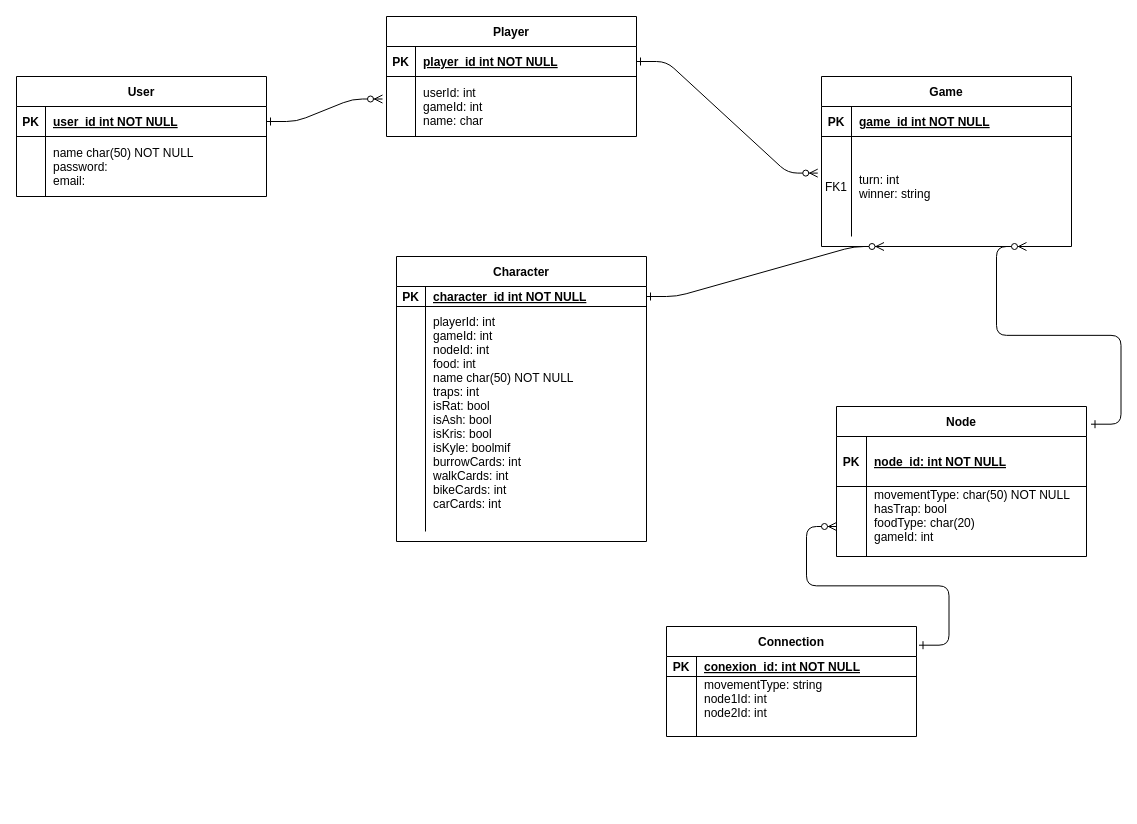
Before: Untitled Diagram.drawio in sebaterrazas/ERdiagram, a draw.io diagram. Source tidied: cells renumbered, new cells numbered last; positions are measured from the earlier drawing's top-left corner, leaving out a move shared by most shapes. Both pictures are drawn from the tidied source at 100%, with x=0, y=0 at pixel (16, 16).
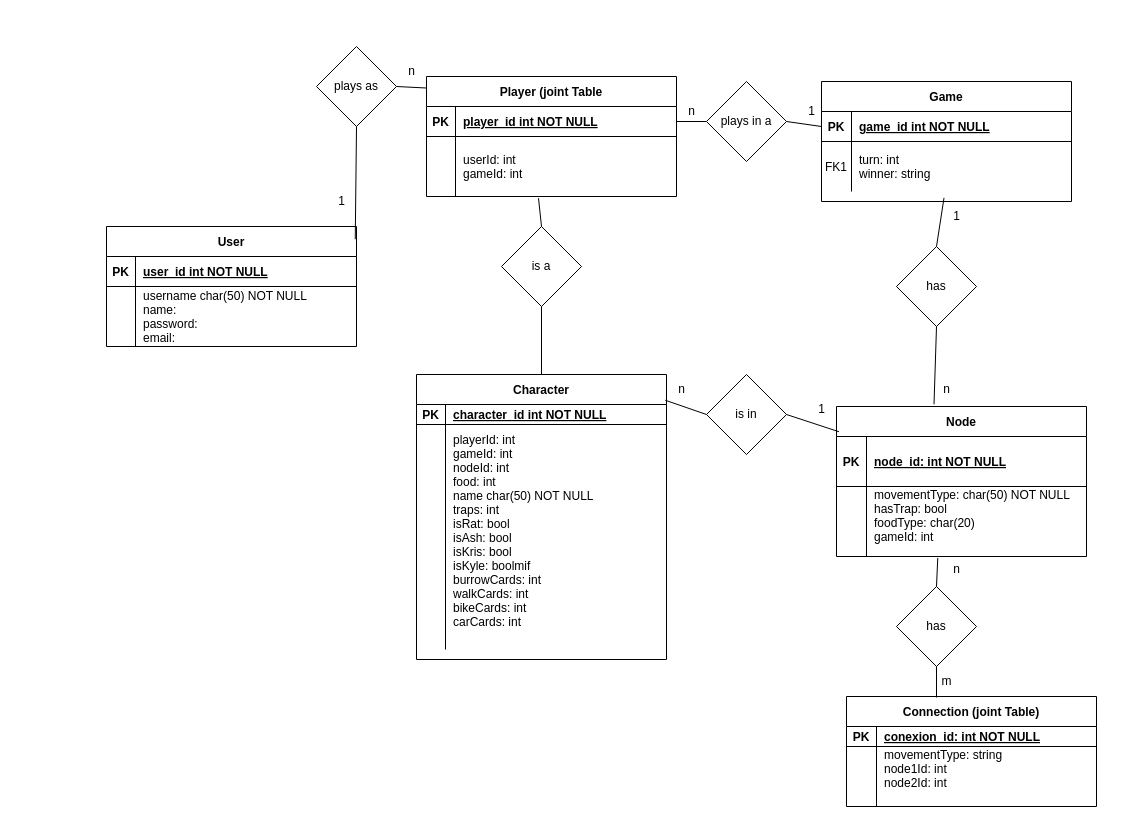
The same diagram, later.

Unchanged cells that the change refers to:
```xml
<mxCell id="3" style="shape=partialRectangle;fillColor=none;points=[[0,0.5],[1,0.5]];portConstraint=eastwest;top=0;left=0;right=0;bottom=1;" parent="2" vertex="1">
  <mxGeometry y="30" width="250" height="30" as="geometry" />
</mxCell>
<mxCell id="10" style="shape=partialRectangle;fillColor=none;points=[[0,0.5],[1,0.5]];portConstraint=eastwest;top=0;left=0;right=0;bottom=1;" parent="9" vertex="1">
  <mxGeometry y="30" width="250" height="20" as="geometry" />
</mxCell>
<mxCell id="18" value="Node" style="shape=table;startSize=30;childLayout=tableLayout;rowLines=0;fontStyle=1;align=center;" parent="1" vertex="1">
  <mxGeometry x="820" y="390" width="250" height="150" as="geometry" />
</mxCell>
<mxCell id="19" style="shape=partialRectangle;fillColor=none;points=[[0,0.5],[1,0.5]];portConstraint=eastwest;top=0;left=0;right=0;bottom=1;" parent="18" vertex="1">
  <mxGeometry y="30" width="250" height="50" as="geometry" />
</mxCell>
<mxCell id="22" style="shape=partialRectangle;fillColor=none;points=[[0,0.5],[1,0.5]];portConstraint=eastwest;top=0;left=0;right=0;bottom=0;" parent="18" vertex="1">
  <mxGeometry y="80" width="250" height="70" as="geometry" />
</mxCell>
<mxCell id="26" style="shape=partialRectangle;fillColor=none;points=[[0,0.5],[1,0.5]];portConstraint=eastwest;top=0;left=0;right=0;bottom=1;" parent="25" vertex="1">
  <mxGeometry y="30" width="250" height="30" as="geometry" />
</mxCell>
<mxCell id="29" style="shape=partialRectangle;fillColor=none;top=0;left=0;right=0;bottom=0;" parent="25" vertex="1">
  <mxGeometry y="60" width="250" height="60" as="geometry" />
</mxCell>
<mxCell id="35" style="shape=partialRectangle;fillColor=none;points=[[0,0.5],[1,0.5]];portConstraint=eastwest;top=0;left=0;right=0;bottom=1;" parent="34" vertex="1">
  <mxGeometry y="30" width="250" height="30" as="geometry" />
</mxCell>
<mxCell id="38" style="shape=partialRectangle;fillColor=none;points=[[0,0.5],[1,0.5]];portConstraint=eastwest;top=0;left=0;right=0;bottom=0;" parent="34" vertex="1">
  <mxGeometry y="60" width="250" height="60" as="geometry" />
</mxCell>
```

Diff of the diagram source:
```diff
@@
     <mxCell id="2" value="Game" style="shape=table;startSize=30;childLayout=tableLayout;rowLines=0;fontStyle=1;align=center;" parent="1" vertex="1">
-      <mxGeometry x="805" y="60" width="250" height="170" as="geometry" />
+      <mxGeometry x="805" y="65" width="250" height="120" as="geometry" />
     </mxCell>
@@
     <mxCell id="6" style="shape=partialRectangle;fillColor=none;points=[[0,0.5],[1,0.5]];portConstraint=eastwest;top=0;left=0;right=0;bottom=0;" parent="2" vertex="1">
-      <mxGeometry y="60" width="250" height="100" as="geometry" />
+      <mxGeometry y="60" width="250" height="50" as="geometry" />
     </mxCell>
     <mxCell id="7" value="FK1" style="shape=partialRectangle;overflow=hidden;fillColor=none;top=0;left=0;bottom=0;right=0;" parent="6" vertex="1">
-      <mxGeometry width="30" height="100" as="geometry" />
+      <mxGeometry width="30" height="50" as="geometry" />
     </mxCell>
     <mxCell id="8" value="turn: int&#10;winner: string" style="shape=partialRectangle;overflow=hidden;fillColor=none;top=0;left=0;bottom=0;right=0;align=left;spacingLeft=6;" parent="6" vertex="1">
-      <mxGeometry x="30" width="220" height="100" as="geometry" />
+      <mxGeometry x="30" width="220" height="50" as="geometry" />
     </mxCell>
     <mxCell id="9" value="Character" style="shape=table;startSize=30;childLayout=tableLayout;rowLines=0;fontStyle=1;align=center;" parent="1" vertex="1">
-      <mxGeometry x="380" y="240" width="250" height="285" as="geometry" />
+      <mxGeometry x="400" y="358" width="250" height="285" as="geometry" />
     </mxCell>
@@
-    <mxCell id="16" style="edgeStyle=entityRelationEdgeStyle;endArrow=ERzeroToMany;startArrow=ERone;endFill=1;startFill=0;exitX=1;exitY=0.5;exitDx=0;exitDy=0;entryX=0.25;entryY=1;entryDx=0;entryDy=0;" parent="1" edge="1" source="10" target="2">
-      <mxGeometry relative="1" as="geometry" />
-    </mxCell>
-    <mxCell id="17" style="edgeStyle=entityRelationEdgeStyle;endArrow=ERzeroToMany;startArrow=ERone;endFill=1;startFill=0;exitX=1.018;exitY=0.118;exitDx=0;exitDy=0;exitPerimeter=0;" parent="1" edge="1" source="18">
-      <mxGeometry relative="1" as="geometry">
-        <mxPoint x="1010" y="230" as="targetPoint" />
-      </mxGeometry>
-    </mxCell>
@@
     <mxCell id="25" value="User" style="shape=table;startSize=30;childLayout=tableLayout;rowLines=0;fontStyle=1;align=center;" parent="1" vertex="1">
-      <mxGeometry y="60" width="250" height="120" as="geometry" />
+      <mxGeometry x="90" y="210" width="250" height="120" as="geometry" />
     </mxCell>
@@
-    <mxCell id="31" value="name char(50) NOT NULL&#10;password: &#10;email:" style="shape=partialRectangle;overflow=hidden;fillColor=none;top=0;left=0;bottom=0;right=0;align=left;spacingLeft=6;" parent="29" vertex="1">
+    <mxCell id="31" value="username char(50) NOT NULL&#10;name:&#10;password: &#10;email:" style="shape=partialRectangle;overflow=hidden;fillColor=none;top=0;left=0;bottom=0;right=0;align=left;spacingLeft=6;" parent="29" vertex="1">
       <mxGeometry x="29" width="221" height="60" as="geometry" />
     </mxCell>
-    <mxCell id="32" style="edgeStyle=entityRelationEdgeStyle;endArrow=ERzeroToMany;startArrow=ERone;endFill=1;startFill=0;exitX=1;exitY=0.5;exitDx=0;exitDy=0;entryX=-0.016;entryY=0.375;entryDx=0;entryDy=0;entryPerimeter=0;" parent="1" edge="1" source="26" target="38">
-      <mxGeometry relative="1" as="geometry" />
-    </mxCell>
-    <mxCell id="33" style="edgeStyle=entityRelationEdgeStyle;endArrow=ERzeroToMany;startArrow=ERone;endFill=1;startFill=0;exitX=1;exitY=0.5;exitDx=0;exitDy=0;entryX=-0.015;entryY=0.366;entryDx=0;entryDy=0;entryPerimeter=0;" parent="1" edge="1" source="35" target="6">
-      <mxGeometry relative="1" as="geometry" />
-    </mxCell>
-    <mxCell id="34" value="Player" style="shape=table;startSize=30;childLayout=tableLayout;rowLines=0;fontStyle=1;align=center;" parent="1" vertex="1">
-      <mxGeometry x="370" width="250" height="120" as="geometry" />
+    <mxCell id="34" value="Player (joint Table" style="shape=table;startSize=30;childLayout=tableLayout;rowLines=0;fontStyle=1;align=center;" parent="1" vertex="1">
+      <mxGeometry x="410" y="60" width="250" height="120" as="geometry" />
     </mxCell>
@@
-    <mxCell id="40" value="userId: int&#10;gameId: int&#10;name: char" style="shape=partialRectangle;overflow=hidden;fillColor=none;top=0;left=0;bottom=0;right=0;align=left;spacingLeft=6;" parent="38" vertex="1">
+    <mxCell id="40" value="userId: int&#10;gameId: int" style="shape=partialRectangle;overflow=hidden;fillColor=none;top=0;left=0;bottom=0;right=0;align=left;spacingLeft=6;" parent="38" vertex="1">
       <mxGeometry x="29" width="221" height="60" as="geometry" />
     </mxCell>
-    <mxCell id="41" value="Connection" style="shape=table;startSize=30;childLayout=tableLayout;rowLines=0;fontStyle=1;align=center;" parent="1" vertex="1">
-      <mxGeometry x="650" y="610" width="250" height="110" as="geometry" />
+    <mxCell id="41" value="Connection (joint Table)" style="shape=table;startSize=30;childLayout=tableLayout;rowLines=0;fontStyle=1;align=center;" parent="1" vertex="1">
+      <mxGeometry x="830" y="680" width="250" height="110" as="geometry" />
     </mxCell>
@@
-    <mxCell id="48" style="edgeStyle=entityRelationEdgeStyle;endArrow=ERzeroToMany;startArrow=ERone;endFill=1;startFill=0;exitX=1.01;exitY=0.17;exitDx=0;exitDy=0;exitPerimeter=0;" parent="1" edge="1" source="41">
-      <mxGeometry relative="1" as="geometry">
-        <mxPoint x="820" y="510" as="targetPoint" />
-      </mxGeometry>
-    </mxCell>
+    <mxCell id="49" value="is a" style="rhombus;whiteSpace=wrap;html=1;" parent="1" vertex="1">
+      <mxGeometry x="485" y="210" width="80" height="80" as="geometry" />
+    </mxCell>
+    <mxCell id="50" style="endArrow=none;html=1;rounded=0;entryX=0.448;entryY=1.029;entryDx=0;entryDy=0;entryPerimeter=0;exitX=0.5;exitY=0;exitDx=0;exitDy=0;" parent="1" edge="1" source="49" target="38">
+      <mxGeometry relative="1" as="geometry" />
+    </mxCell>
+    <mxCell id="51" style="endArrow=none;html=1;rounded=0;exitX=0.5;exitY=0;exitDx=0;exitDy=0;entryX=0.5;entryY=1;entryDx=0;entryDy=0;" parent="1" edge="1" source="9" target="49">
+      <mxGeometry relative="1" as="geometry" />
+    </mxCell>
+    <mxCell id="52" value="has" style="rhombus;whiteSpace=wrap;html=1;" parent="1" vertex="1">
+      <mxGeometry x="880" y="230" width="80" height="80" as="geometry" />
+    </mxCell>
+    <mxCell id="53" style="endArrow=none;html=1;rounded=0;exitX=0.5;exitY=0;exitDx=0;exitDy=0;entryX=0.49;entryY=1.128;entryDx=0;entryDy=0;entryPerimeter=0;" parent="1" edge="1" source="52" target="6">
+      <mxGeometry relative="1" as="geometry" />
+    </mxCell>
+    <mxCell id="54" style="endArrow=none;html=1;rounded=0;entryX=0.5;entryY=1;entryDx=0;entryDy=0;exitX=0.39;exitY=-0.015;exitDx=0;exitDy=0;exitPerimeter=0;" parent="1" edge="1" source="18" target="52">
+      <mxGeometry relative="1" as="geometry" />
+    </mxCell>
+    <mxCell id="55" value="plays in a" style="rhombus;whiteSpace=wrap;html=1;" parent="1" vertex="1">
+      <mxGeometry x="690" y="65" width="80" height="80" as="geometry" />
+    </mxCell>
+    <mxCell id="56" style="endArrow=none;html=1;rounded=0;exitX=1;exitY=0.5;exitDx=0;exitDy=0;entryX=0;entryY=0.5;entryDx=0;entryDy=0;" parent="1" edge="1" source="55" target="3">
+      <mxGeometry relative="1" as="geometry" />
+    </mxCell>
+    <mxCell id="57" style="endArrow=none;html=1;rounded=0;exitX=1;exitY=0.5;exitDx=0;exitDy=0;entryX=0;entryY=0.5;entryDx=0;entryDy=0;" parent="1" edge="1" source="35" target="55">
+      <mxGeometry relative="1" as="geometry" />
+    </mxCell>
+    <mxCell id="58" value="has" style="rhombus;whiteSpace=wrap;html=1;" parent="1" vertex="1">
+      <mxGeometry x="880" y="570" width="80" height="80" as="geometry" />
+    </mxCell>
+    <mxCell id="59" style="endArrow=none;html=1;rounded=0;exitX=0.5;exitY=0;exitDx=0;exitDy=0;entryX=0.405;entryY=1.021;entryDx=0;entryDy=0;entryPerimeter=0;" parent="1" edge="1" source="58" target="22">
+      <mxGeometry relative="1" as="geometry" />
+    </mxCell>
+    <mxCell id="60" style="endArrow=none;html=1;rounded=0;entryX=0.5;entryY=1;entryDx=0;entryDy=0;exitX=0.36;exitY=0.009;exitDx=0;exitDy=0;exitPerimeter=0;" parent="1" edge="1" source="41" target="58">
+      <mxGeometry relative="1" as="geometry" />
+    </mxCell>
+    <mxCell id="61" value="n" style="text;html=1;align=center;verticalAlign=middle;strokeColor=none;fillColor=none;" parent="1" vertex="1">
+      <mxGeometry x="660" y="80" width="30" height="30" as="geometry" />
+    </mxCell>
+    <mxCell id="62" value="1" style="text;html=1;align=center;verticalAlign=middle;strokeColor=none;fillColor=none;" parent="1" vertex="1">
+      <mxGeometry x="780" y="80" width="30" height="30" as="geometry" />
+    </mxCell>
+    <mxCell id="63" value="is in" style="rhombus;whiteSpace=wrap;html=1;" parent="1" vertex="1">
+      <mxGeometry x="690" y="358" width="80" height="80" as="geometry" />
+    </mxCell>
+    <mxCell id="64" style="endArrow=none;html=1;rounded=0;exitX=1;exitY=0.5;exitDx=0;exitDy=0;entryX=0.005;entryY=0.365;entryDx=0;entryDy=0;entryPerimeter=0;" parent="1" edge="1" source="71">
+      <mxGeometry relative="1" as="geometry">
+        <mxPoint x="820" y="407" as="targetPoint" />
+      </mxGeometry>
+    </mxCell>
+    <mxCell id="65" style="endArrow=none;html=1;rounded=0;exitX=0.995;exitY=-0.213;exitDx=0;exitDy=0;entryX=0;entryY=0.5;entryDx=0;entryDy=0;exitPerimeter=0;" parent="1" edge="1" source="10" target="63">
+      <mxGeometry relative="1" as="geometry" />
+    </mxCell>
+    <mxCell id="66" value="n" style="text;html=1;align=center;verticalAlign=middle;strokeColor=none;fillColor=none;" parent="1" vertex="1">
+      <mxGeometry x="650" y="358" width="30" height="30" as="geometry" />
+    </mxCell>
+    <mxCell id="67" value="n" style="text;html=1;align=center;verticalAlign=middle;strokeColor=none;fillColor=none;" parent="1" vertex="1">
+      <mxGeometry x="925" y="538" width="30" height="30" as="geometry" />
+    </mxCell>
+    <mxCell id="68" value="1" style="text;html=1;align=center;verticalAlign=middle;strokeColor=none;fillColor=none;" parent="1" vertex="1">
+      <mxGeometry x="925" y="185" width="30" height="30" as="geometry" />
+    </mxCell>
+    <mxCell id="69" value="n" style="text;html=1;align=center;verticalAlign=middle;strokeColor=none;fillColor=none;" parent="1" vertex="1">
+      <mxGeometry x="915" y="358" width="30" height="30" as="geometry" />
+    </mxCell>
+    <mxCell id="70" style="endArrow=none;html=1;rounded=0;exitX=1;exitY=0.5;exitDx=0;exitDy=0;entryX=0.01;entryY=-0.095;entryDx=0;entryDy=0;entryPerimeter=0;" parent="1" edge="1" source="63" target="19">
+      <mxGeometry relative="1" as="geometry" />
+    </mxCell>
+    <mxCell id="71" value="1" style="text;html=1;align=center;verticalAlign=middle;points=[];strokeColor=none;fillColor=none;" parent="1" vertex="1">
+      <mxGeometry x="790" y="378" width="30" height="30" as="geometry" />
+    </mxCell>
+    <mxCell id="72" value="plays as" style="rhombus;whiteSpace=wrap;html=1;" parent="1" vertex="1">
+      <mxGeometry x="300" y="30" width="80" height="80" as="geometry" />
+    </mxCell>
+    <mxCell id="73" style="endArrow=none;html=1;rounded=0;exitX=0.995;exitY=0.106;exitDx=0;exitDy=0;entryX=0.5;entryY=1;entryDx=0;entryDy=0;exitPerimeter=0;" parent="1" edge="1" source="25" target="72">
+      <mxGeometry relative="1" as="geometry" />
+    </mxCell>
+    <mxCell id="74" value="n" style="text;html=1;align=center;verticalAlign=middle;strokeColor=none;fillColor=none;" parent="1" vertex="1">
+      <mxGeometry x="380" y="40" width="30" height="30" as="geometry" />
+    </mxCell>
+    <mxCell id="75" style="endArrow=none;html=1;rounded=0;exitX=1;exitY=0.5;exitDx=0;exitDy=0;entryX=0;entryY=0.096;entryDx=0;entryDy=0;entryPerimeter=0;" parent="1" edge="1" source="72" target="34">
+      <mxGeometry relative="1" as="geometry" />
+    </mxCell>
+    <mxCell id="76" value="1" style="text;html=1;align=center;verticalAlign=middle;strokeColor=none;fillColor=none;" parent="1" vertex="1">
+      <mxGeometry x="310" y="170" width="30" height="30" as="geometry" />
+    </mxCell>
+    <mxCell id="77" value="m" style="text;html=1;align=center;verticalAlign=middle;strokeColor=none;fillColor=none;" parent="1" vertex="1">
+      <mxGeometry x="915" y="650" width="30" height="30" as="geometry" />
+    </mxCell>
```
